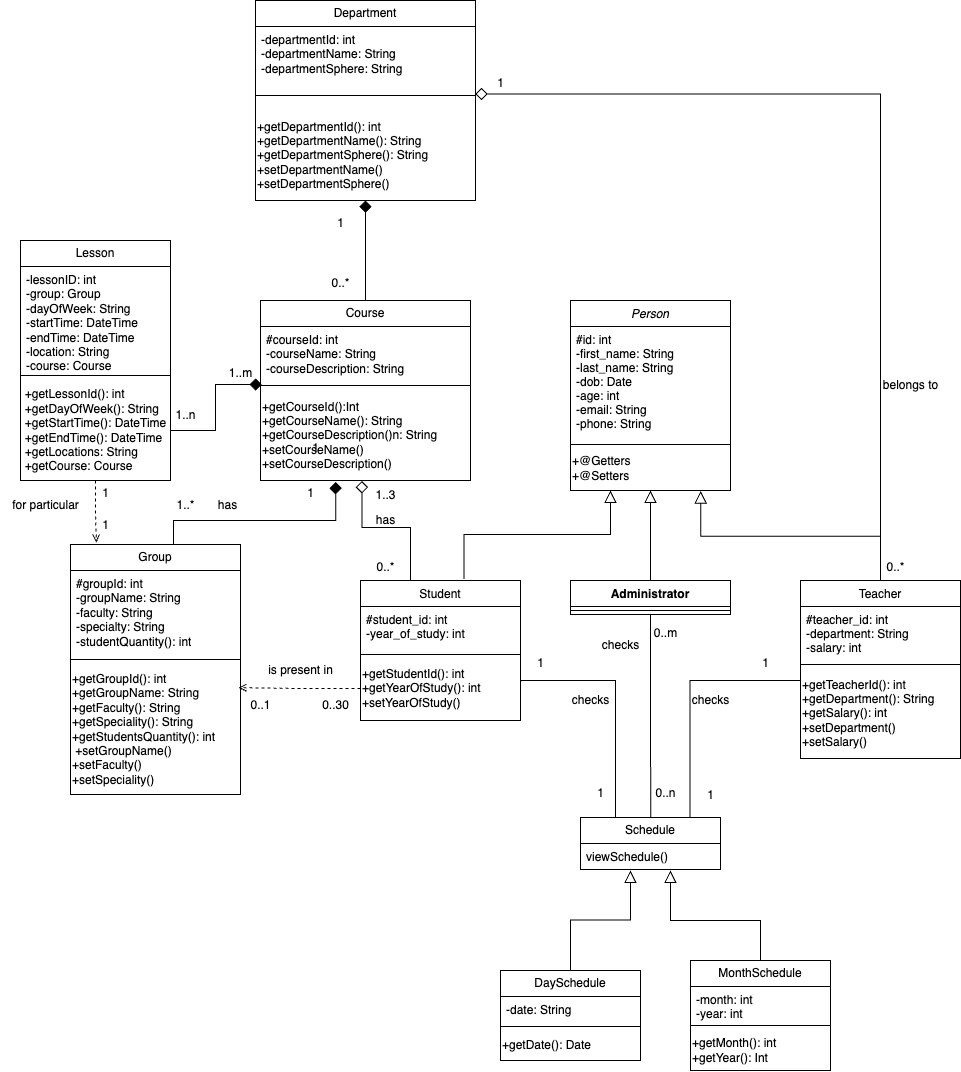
The draw.io diagram university-cms-planning/university-class-uml.png in dan-kucherenko/university-cms, before a commit. Source tidied: cells renumbered, new cells last; positions are measured from the earlier drawing's top-left corner, leaving out a move shared by most shapes.
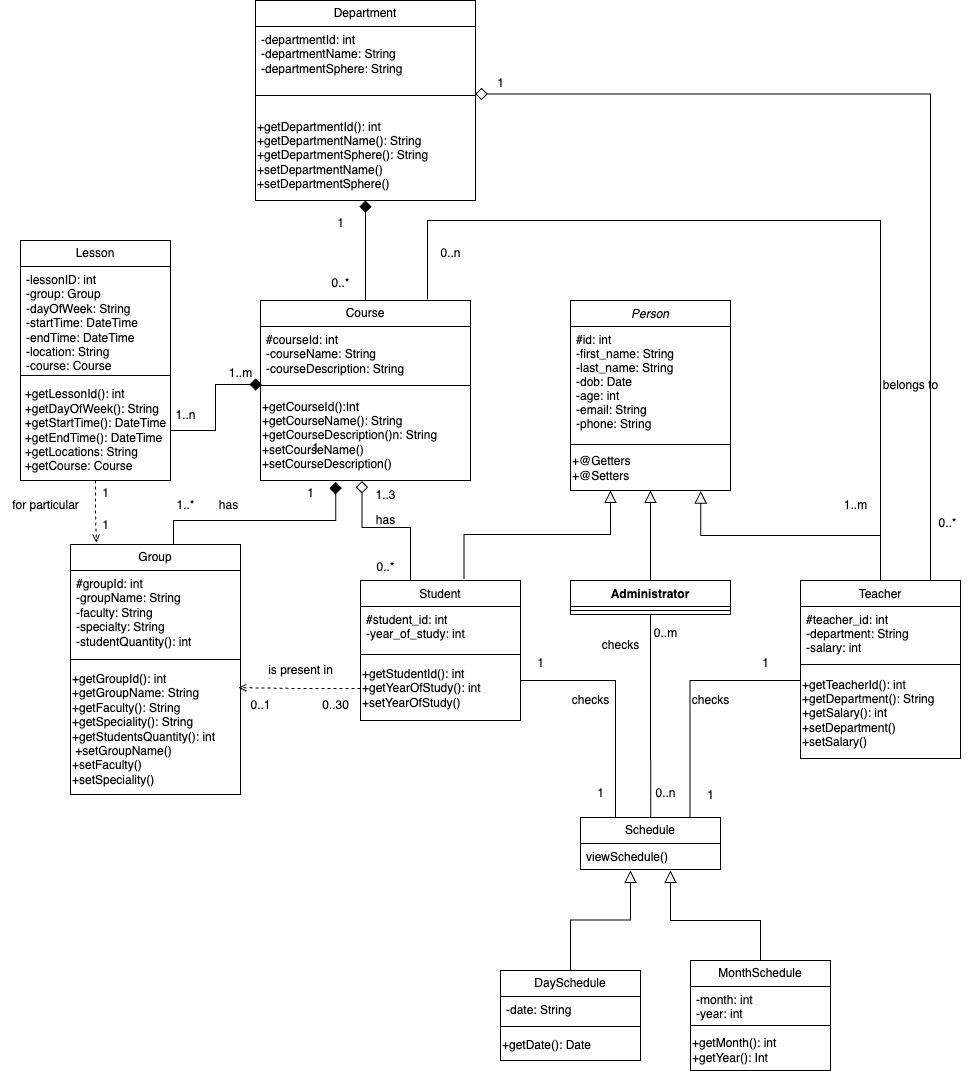
Later version of the same file.

Commit message:
Fix the diagram by providing link between teacher and course

The edit, as a diff of the source:
```diff
@@ -199,13 +199,17 @@
       <mxGeometry relative="1" as="geometry" />
     </mxCell>
     <mxCell id="60" style="edgeStyle=orthogonalEdgeStyle;rounded=0;jettySize=auto;html=1;entryX=0.999;entryY=0.45;entryDx=0;entryDy=0;entryPerimeter=0;endArrow=diamond;endFill=0;endSize=10;" parent="1" edge="1" source="12" target="53">
-      <mxGeometry relative="1" as="geometry" />
+      <mxGeometry relative="1" as="geometry">
+        <Array as="points">
+          <mxPoint x="930" y="94" />
+        </Array>
+      </mxGeometry>
     </mxCell>
     <mxCell id="61" value="belongs to" style="text;html=1;align=center;verticalAlign=middle;strokeColor=none;fillColor=none;" parent="1" vertex="1">
       <mxGeometry x="870" y="370" width="80" height="30" as="geometry" />
     </mxCell>
     <mxCell id="62" value="0..*" style="text;html=1;align=center;verticalAlign=middle;strokeColor=none;fillColor=none;" parent="1" vertex="1">
-      <mxGeometry x="875" y="552" width="40" height="30" as="geometry" />
+      <mxGeometry x="927" y="508" width="40" height="30" as="geometry" />
     </mxCell>
     <mxCell id="63" value="1" style="text;html=1;align=center;verticalAlign=middle;strokeColor=none;fillColor=none;" parent="1" vertex="1">
       <mxGeometry x="485" y="68" width="30" height="30" as="geometry" />
@@ -281,5 +285,19 @@
     <mxCell id="85" value="1" style="text;html=1;align=center;verticalAlign=middle;strokeColor=none;fillColor=none;" parent="1" vertex="1">
       <mxGeometry x="90" y="510" width="30" height="30" as="geometry" />
     </mxCell>
+    <mxCell id="86" style="edgeStyle=orthogonalEdgeStyle;rounded=0;jettySize=auto;html=1;entryX=0.795;entryY=-0.006;entryDx=0;entryDy=0;entryPerimeter=0;endArrow=none;endFill=0;" parent="1" edge="1" source="12" target="33">
+      <mxGeometry relative="1" as="geometry">
+        <Array as="points">
+          <mxPoint x="880" y="220" />
+          <mxPoint x="427" y="220" />
+        </Array>
+      </mxGeometry>
+    </mxCell>
+    <mxCell id="87" value="1..m" style="text;html=1;align=center;verticalAlign=middle;strokeColor=none;fillColor=none;" parent="1" vertex="1">
+      <mxGeometry x="830" y="490" width="50" height="30" as="geometry" />
+    </mxCell>
+    <mxCell id="88" value="0..n" style="text;html=1;align=center;verticalAlign=middle;strokeColor=none;fillColor=none;" parent="1" vertex="1">
+      <mxGeometry x="430" y="238" width="40" height="30" as="geometry" />
+    </mxCell>
   </root>
 </mxGraphModel>
```
